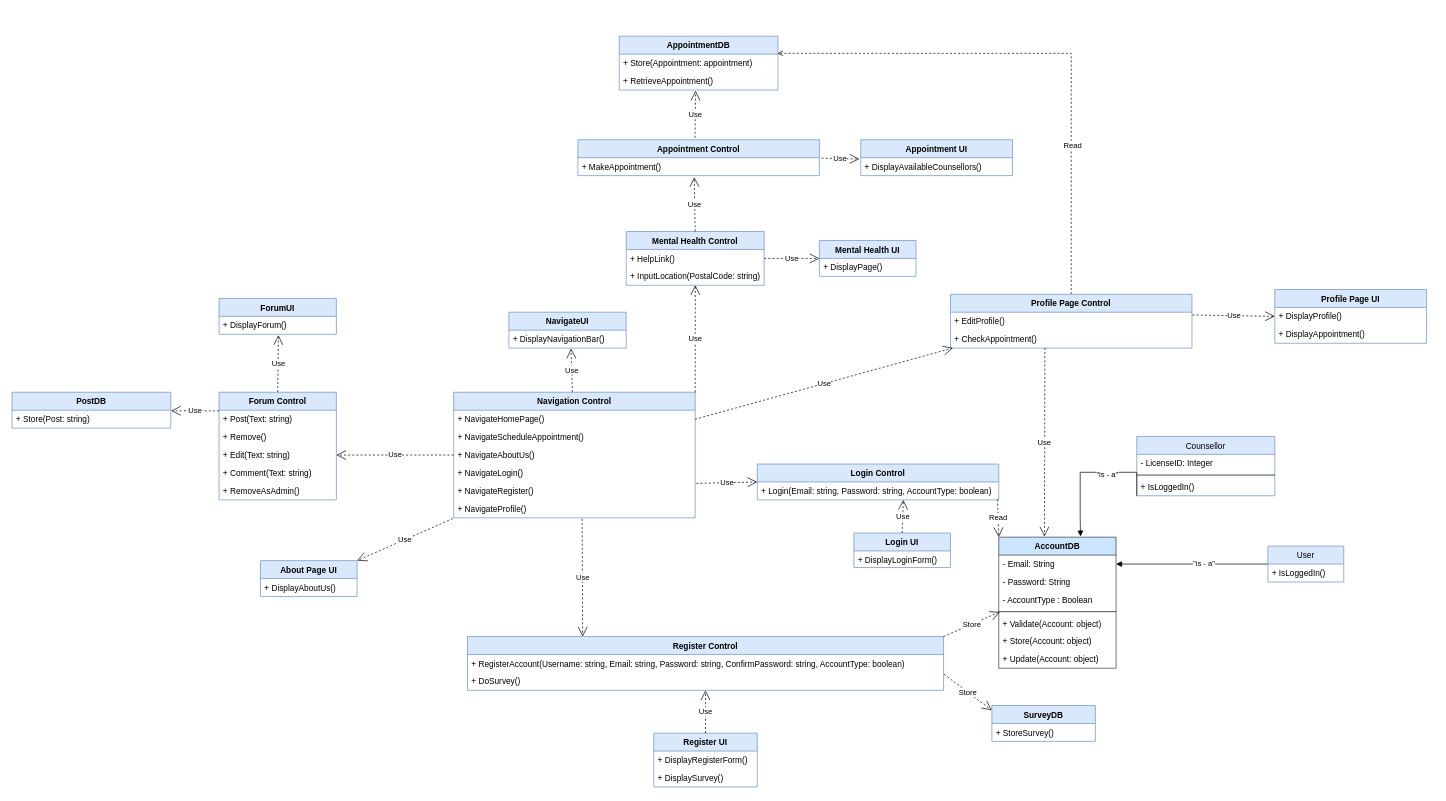
This is page "Complete Class Diagram" (9 of 11) of Untitled Diagram.drawio from EliezerOng/CZ2006-Web-Devz, a draw.io file, before an edit. Source tidied: cells renumbered, new cells numbered last; positions are measured from the earlier drawing's top-left corner, leaving out a move shared by most shapes. Both pictures are drawn from the tidied source at 69%, with x=0, y=0 at pixel (12, 36).
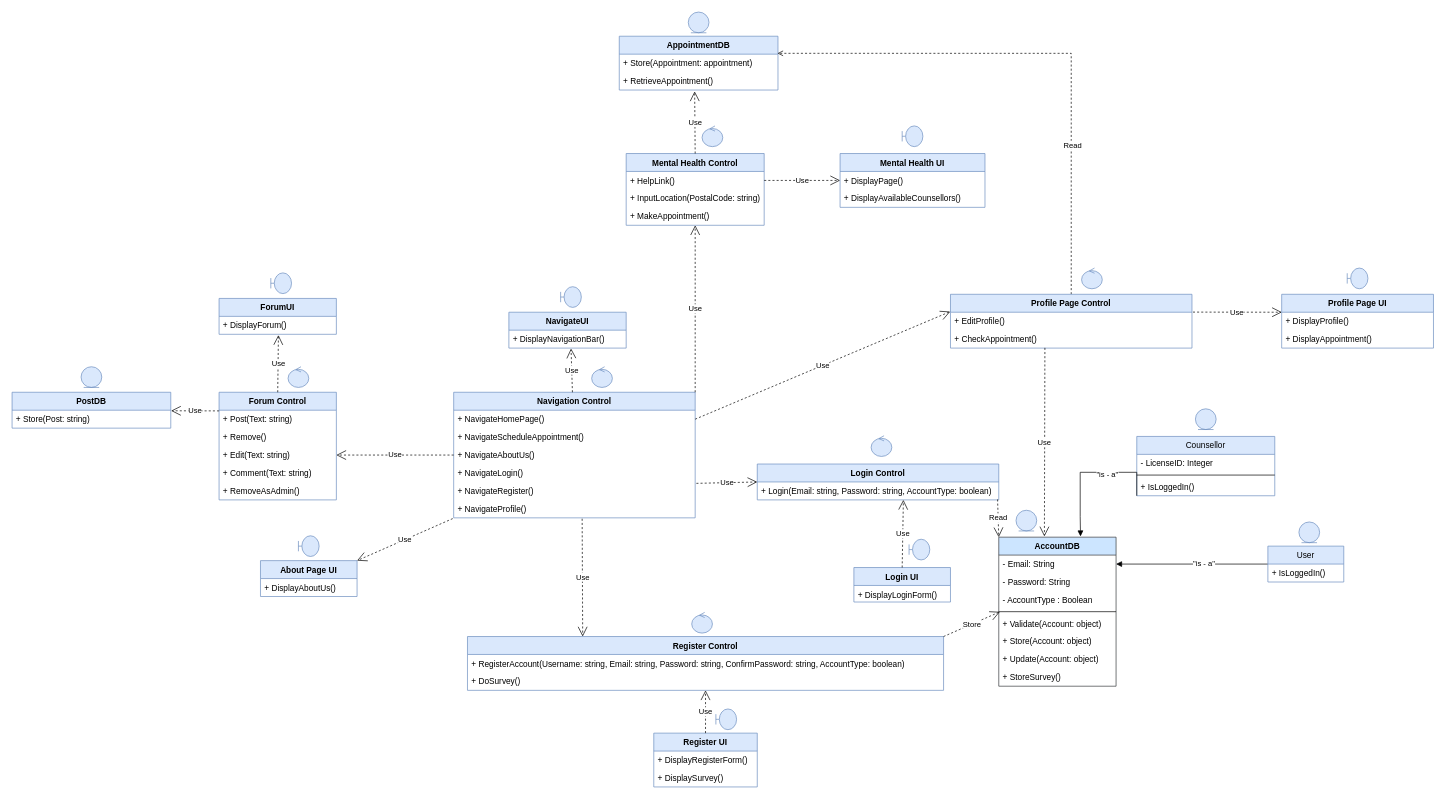
The same page after the edit.

The change refers to these unchanged cells:
```xml
<mxCell id="11" value="+ RegisterAccount(Username: string, Email: string, Password: string, ConfirmPassword: string, AccountType: boolean)&#10;" style="text;strokeColor=none;fillColor=none;align=left;verticalAlign=top;spacingLeft=4;spacingRight=4;overflow=hidden;points=[[0,0.5],[1,0.5]];portConstraint=eastwest;" parent="10" vertex="1">
  <mxGeometry y="26" width="690" height="26" as="geometry" />
</mxCell>
<mxCell id="14" style="group;" parent="1" vertex="1">
  <mxGeometry x="1430" y="726" width="170" height="120" as="geometry" />
</mxCell>
<mxCell id="36" value="Navigation Control" style="swimlane;fontStyle=1;horizontal=1;startSize=26;fillColor=#dae8fc;strokeColor=#6c8ebf;" parent="1" vertex="1">
  <mxGeometry x="640" y="516" width="350" height="182" as="geometry" />
</mxCell>
<mxCell id="37" value="+ NavigateHomePage()" style="text;strokeColor=none;fillColor=none;align=left;verticalAlign=top;spacingLeft=4;spacingRight=4;overflow=hidden;points=[[0,0.5],[1,0.5]];portConstraint=eastwest;" parent="36" vertex="1">
  <mxGeometry y="26" width="350" height="26" as="geometry" />
</mxCell>
<mxCell id="60" value="+ InputLocation(PostalCode: string)" style="text;strokeColor=none;fillColor=none;align=left;verticalAlign=top;spacingLeft=4;spacingRight=4;overflow=hidden;points=[[0,0.5],[1,0.5]];portConstraint=eastwest;" parent="58" vertex="1">
  <mxGeometry y="52" width="200" height="26" as="geometry" />
</mxCell>
<mxCell id="74" value="+ RetrieveAppointment()" style="text;strokeColor=none;fillColor=none;align=left;verticalAlign=top;spacingLeft=4;spacingRight=4;overflow=hidden;points=[[0,0.5],[1,0.5]];portConstraint=eastwest;" parent="72" vertex="1">
  <mxGeometry y="52" width="230" height="26" as="geometry" />
</mxCell>
<mxCell id="79" value="+ EditProfile()" style="text;strokeColor=none;fillColor=none;align=left;verticalAlign=top;spacingLeft=4;spacingRight=4;overflow=hidden;points=[[0,0.5],[1,0.5]];portConstraint=eastwest;" parent="78" vertex="1">
  <mxGeometry y="26" width="350" height="26" as="geometry" />
</mxCell>
<mxCell id="80" value="+ CheckAppointment()" style="text;strokeColor=none;fillColor=none;align=left;verticalAlign=top;spacingLeft=4;spacingRight=4;overflow=hidden;points=[[0,0.5],[1,0.5]];portConstraint=eastwest;" parent="78" vertex="1">
  <mxGeometry y="52" width="350" height="26" as="geometry" />
</mxCell>
<mxCell id="92" value="+ DisplayProfile()" style="text;strokeColor=none;fillColor=none;align=left;verticalAlign=top;spacingLeft=4;spacingRight=4;overflow=hidden;points=[[0,0.5],[1,0.5]];portConstraint=eastwest;" parent="91" vertex="1">
  <mxGeometry y="26" width="220" height="26" as="geometry" />
</mxCell>
```

Diff of the diagram source:
```diff
@@
     <mxCell id="2" value="Login UI" style="swimlane;fontStyle=1;align=center;verticalAlign=top;horizontal=1;startSize=26;fillColor=#dae8fc;strokeColor=#6c8ebf;" parent="1" vertex="1">
-      <mxGeometry x="1220" y="720" width="140" height="50" as="geometry" />
+      <mxGeometry x="1220" y="770" width="140" height="50" as="geometry" />
     </mxCell>
@@
     <mxCell id="15" value="AccountDB" style="swimlane;fontStyle=1;align=center;verticalAlign=top;horizontal=1;startSize=26;fillColor=#cce5ff;strokeColor=#36393d;" parent="14" vertex="1">
-      <mxGeometry width="170" height="190" as="geometry" />
+      <mxGeometry width="170" height="216" as="geometry" />
     </mxCell>
@@
+    <mxCell id="34" value="+ StoreSurvey()" style="text;strokeColor=none;fillColor=none;align=left;verticalAlign=top;spacingLeft=4;spacingRight=4;overflow=hidden;" parent="15" vertex="1">
+      <mxGeometry y="190" width="170" height="26" as="geometry" />
+    </mxCell>
@@
-    <mxCell id="33" value="SurveyDB" style="swimlane;fontStyle=1;align=center;verticalAlign=top;horizontal=1;startSize=26;fillColor=#dae8fc;strokeColor=#6c8ebf;" parent="1" vertex="1">
-      <mxGeometry x="1420" y="970" width="150" height="52" as="geometry" />
-    </mxCell>
-    <mxCell id="34" value="+ StoreSurvey()" style="text;strokeColor=none;fillColor=none;align=left;verticalAlign=top;spacingLeft=4;spacingRight=4;overflow=hidden;" parent="33" vertex="1">
-      <mxGeometry y="26" width="150" height="26" as="geometry" />
-    </mxCell>
-    <mxCell id="35" value="Store" style="endArrow=open;endSize=12;dashed=1;html=1;rounded=0;exitX=1.001;exitY=1.102;exitDx=0;exitDy=0;entryX=-0.001;entryY=0.131;entryDx=0;entryDy=0;entryPerimeter=0;exitPerimeter=0;" parent="1" edge="1" source="11" target="33">
-      <mxGeometry relative="1" as="geometry" />
-    </mxCell>
@@
     <mxCell id="58" value="Mental Health Control" style="swimlane;fontStyle=1;horizontal=1;startSize=26;fillColor=#dae8fc;strokeColor=#6c8ebf;" parent="1" vertex="1">
-      <mxGeometry x="890" y="283" width="200" height="78" as="geometry" />
+      <mxGeometry x="890" y="170" width="200" height="104" as="geometry" />
     </mxCell>
@@
+    <mxCell id="63" value="+ MakeAppointment()" style="text;strokeColor=none;fillColor=none;align=left;verticalAlign=top;spacingLeft=4;spacingRight=4;overflow=hidden;points=[[0,0.5],[1,0.5]];portConstraint=eastwest;" parent="58" vertex="1">
+      <mxGeometry y="78" width="200" height="26" as="geometry" />
+    </mxCell>
-    <mxCell id="61" value="Use" style="endArrow=open;endSize=12;dashed=1;html=1;rounded=0;exitX=1;exitY=0;exitDx=0;exitDy=0;entryX=0.501;entryY=0.996;entryDx=0;entryDy=0;entryPerimeter=0;" parent="1" edge="1" source="36" target="60">
+    <mxCell id="61" value="Use" style="endArrow=open;endSize=12;dashed=1;html=1;rounded=0;exitX=1;exitY=0;exitDx=0;exitDy=0;" parent="1" edge="1" source="36" target="63">
       <mxGeometry relative="1" as="geometry" />
     </mxCell>
-    <mxCell id="62" value="Appointment Control" style="swimlane;fontStyle=1;horizontal=1;startSize=26;fillColor=#dae8fc;strokeColor=#6c8ebf;" parent="1" vertex="1">
-      <mxGeometry x="820" y="150" width="350" height="52" as="geometry" />
-    </mxCell>
-    <mxCell id="63" value="+ MakeAppointment()" style="text;strokeColor=none;fillColor=none;align=left;verticalAlign=top;spacingLeft=4;spacingRight=4;overflow=hidden;points=[[0,0.5],[1,0.5]];portConstraint=eastwest;" parent="62" vertex="1">
-      <mxGeometry y="26" width="350" height="26" as="geometry" />
-    </mxCell>
-    <mxCell id="64" value="Use" style="endArrow=open;endSize=12;dashed=1;html=1;rounded=0;entryX=0.482;entryY=1.082;entryDx=0;entryDy=0;entryPerimeter=0;exitX=0.5;exitY=0;exitDx=0;exitDy=0;" parent="1" edge="1" source="58" target="63">
+    <mxCell id="64" value="Use" style="endArrow=open;endSize=12;dashed=1;html=1;rounded=0;entryX=0.475;entryY=1.075;entryDx=0;entryDy=0;entryPerimeter=0;exitX=0.5;exitY=0;exitDx=0;exitDy=0;" parent="1" edge="1" source="58" target="74">
       <mxGeometry relative="1" as="geometry" />
     </mxCell>
     <mxCell id="65" value="Mental Health UI" style="swimlane;fontStyle=1;horizontal=1;startSize=26;fillColor=#dae8fc;strokeColor=#6c8ebf;" parent="1" vertex="1">
-      <mxGeometry x="1170" y="296" width="140" height="52" as="geometry" />
+      <mxGeometry x="1200" y="170" width="210" height="78" as="geometry" />
     </mxCell>
     <mxCell id="66" value="+ DisplayPage()" style="text;strokeColor=none;fillColor=none;align=left;verticalAlign=top;spacingLeft=4;spacingRight=4;overflow=hidden;" parent="65" vertex="1">
-      <mxGeometry y="26" width="140" height="26" as="geometry" />
+      <mxGeometry y="26" width="210" height="26" as="geometry" />
     </mxCell>
+    <mxCell id="69" value="+ DisplayAvailableCounsellors()" style="text;strokeColor=none;fillColor=none;align=left;verticalAlign=top;spacingLeft=4;spacingRight=4;overflow=hidden;points=[[0,0.5],[1,0.5]];portConstraint=eastwest;" parent="65" vertex="1">
+      <mxGeometry y="52" width="210" height="26" as="geometry" />
+    </mxCell>
@@
-    <mxCell id="68" value="Appointment UI" style="swimlane;fontStyle=1;horizontal=1;startSize=26;fillColor=#dae8fc;strokeColor=#6c8ebf;" parent="1" vertex="1">
-      <mxGeometry x="1230" y="150" width="220" height="52" as="geometry" />
-    </mxCell>
-    <mxCell id="69" value="+ DisplayAvailableCounsellors()" style="text;strokeColor=none;fillColor=none;align=left;verticalAlign=top;spacingLeft=4;spacingRight=4;overflow=hidden;points=[[0,0.5],[1,0.5]];portConstraint=eastwest;" parent="68" vertex="1">
-      <mxGeometry y="26" width="220" height="26" as="geometry" />
-    </mxCell>
-    <mxCell id="70" value="Use" style="endArrow=open;endSize=12;dashed=1;html=1;rounded=0;exitX=1.009;exitY=0.026;exitDx=0;exitDy=0;entryX=-0.009;entryY=0.077;entryDx=0;entryDy=0;entryPerimeter=0;exitPerimeter=0;" parent="1" edge="1" source="63" target="69">
-      <mxGeometry relative="1" as="geometry" />
-    </mxCell>
@@
-    <mxCell id="75" value="Use" style="endArrow=open;endSize=12;dashed=1;html=1;rounded=0;exitX=0.485;exitY=-0.053;exitDx=0;exitDy=0;entryX=0.481;entryY=1.039;entryDx=0;entryDy=0;entryPerimeter=0;exitPerimeter=0;" parent="1" edge="1" source="62" target="74">
-      <mxGeometry relative="1" as="geometry" />
-    </mxCell>
@@
-    <mxCell id="81" value="Use" style="endArrow=open;endSize=12;dashed=1;html=1;rounded=0;exitX=1;exitY=0.5;exitDx=0;exitDy=0;entryX=0.01;entryY=0.993;entryDx=0;entryDy=0;entryPerimeter=0;" parent="1" edge="1" source="37" target="80">
+    <mxCell id="81" value="Use" style="endArrow=open;endSize=12;dashed=1;html=1;rounded=0;exitX=1;exitY=0.5;exitDx=0;exitDy=0;entryX=-0.001;entryY=-0.034;entryDx=0;entryDy=0;entryPerimeter=0;" parent="1" edge="1" source="37" target="79">
       <mxGeometry relative="1" as="geometry" />
     </mxCell>
@@
     <mxCell id="91" value="Profile Page UI" style="swimlane;fontStyle=1;horizontal=1;startSize=26;fillColor=#dae8fc;strokeColor=#6c8ebf;" parent="1" vertex="1">
-      <mxGeometry x="1830" y="367" width="220" height="78" as="geometry" />
+      <mxGeometry x="1840" y="374" width="220" height="78" as="geometry" />
     </mxCell>
@@
-    <mxCell id="94" value="Use" style="endArrow=open;endSize=12;dashed=1;html=1;rounded=0;exitX=1.002;exitY=0.154;exitDx=0;exitDy=0;entryX=0;entryY=0.5;entryDx=0;entryDy=0;exitPerimeter=0;" parent="1" edge="1" source="79" target="91">
+    <mxCell id="94" value="Use" style="endArrow=open;endSize=12;dashed=1;html=1;rounded=0;exitX=1.004;exitY=-0.007;exitDx=0;exitDy=0;entryX=0.001;entryY=0;entryDx=0;entryDy=0;exitPerimeter=0;entryPerimeter=0;" parent="1" edge="1" source="79" target="92">
       <mxGeometry relative="1" as="geometry" />
     </mxCell>
+    <mxCell id="95" style="shape=umlBoundary;whiteSpace=wrap;html=1;fillColor=#dae8fc;strokeColor=#6c8ebf;" parent="1" vertex="1">
+      <mxGeometry x="415" y="724" width="30" height="30" as="geometry" />
+    </mxCell>
+    <mxCell id="96" style="ellipse;shape=umlControl;whiteSpace=wrap;html=1;fillColor=#dae8fc;strokeColor=#6c8ebf;" parent="1" vertex="1">
+      <mxGeometry x="400" y="479" width="30" height="30" as="geometry" />
+    </mxCell>
+    <mxCell id="97" style="ellipse;shape=umlEntity;whiteSpace=wrap;html=1;fillColor=#dae8fc;strokeColor=#6c8ebf;" parent="1" vertex="1">
+      <mxGeometry x="100" y="479" width="30" height="30" as="geometry" />
+    </mxCell>
+    <mxCell id="98" style="shape=umlBoundary;whiteSpace=wrap;html=1;fillColor=#dae8fc;strokeColor=#6c8ebf;" parent="1" vertex="1">
+      <mxGeometry x="375" y="343" width="30" height="30" as="geometry" />
+    </mxCell>
+    <mxCell id="99" style="ellipse;shape=umlControl;whiteSpace=wrap;html=1;fillColor=#dae8fc;strokeColor=#6c8ebf;" parent="1" vertex="1">
+      <mxGeometry x="985" y="835" width="30" height="30" as="geometry" />
+    </mxCell>
+    <mxCell id="100" style="ellipse;shape=umlControl;whiteSpace=wrap;html=1;fillColor=#dae8fc;strokeColor=#6c8ebf;" parent="1" vertex="1">
+      <mxGeometry x="840" y="479" width="30" height="30" as="geometry" />
+    </mxCell>
+    <mxCell id="101" style="ellipse;shape=umlControl;whiteSpace=wrap;html=1;fillColor=#dae8fc;strokeColor=#6c8ebf;" parent="1" vertex="1">
+      <mxGeometry x="1000" y="130" width="30" height="30" as="geometry" />
+    </mxCell>
+    <mxCell id="102" style="ellipse;shape=umlControl;whiteSpace=wrap;html=1;fillColor=#dae8fc;strokeColor=#6c8ebf;" parent="1" vertex="1">
+      <mxGeometry x="1550" y="336" width="30" height="30" as="geometry" />
+    </mxCell>
+    <mxCell id="103" style="ellipse;shape=umlControl;whiteSpace=wrap;html=1;fillColor=#dae8fc;strokeColor=#6c8ebf;" parent="1" vertex="1">
+      <mxGeometry x="1245" y="579" width="30" height="30" as="geometry" />
+    </mxCell>
+    <mxCell id="104" style="shape=umlBoundary;whiteSpace=wrap;html=1;fillColor=#dae8fc;strokeColor=#6c8ebf;" parent="1" vertex="1">
+      <mxGeometry x="1020" y="975" width="30" height="30" as="geometry" />
+    </mxCell>
+    <mxCell id="105" style="shape=umlBoundary;whiteSpace=wrap;html=1;fillColor=#dae8fc;strokeColor=#6c8ebf;" parent="1" vertex="1">
+      <mxGeometry x="1290" y="130" width="30" height="30" as="geometry" />
+    </mxCell>
+    <mxCell id="106" style="shape=umlBoundary;whiteSpace=wrap;html=1;fillColor=#dae8fc;strokeColor=#6c8ebf;" parent="1" vertex="1">
+      <mxGeometry x="1300" y="729" width="30" height="30" as="geometry" />
+    </mxCell>
+    <mxCell id="107" style="shape=umlBoundary;whiteSpace=wrap;html=1;fillColor=#dae8fc;strokeColor=#6c8ebf;" parent="1" vertex="1">
+      <mxGeometry x="1935" y="336" width="30" height="30" as="geometry" />
+    </mxCell>
+    <mxCell id="108" style="ellipse;shape=umlEntity;whiteSpace=wrap;html=1;fillColor=#dae8fc;strokeColor=#6c8ebf;" parent="1" vertex="1">
+      <mxGeometry x="980" y="-35" width="30" height="30" as="geometry" />
+    </mxCell>
+    <mxCell id="109" style="shape=umlBoundary;whiteSpace=wrap;html=1;fillColor=#dae8fc;strokeColor=#6c8ebf;" parent="1" vertex="1">
+      <mxGeometry x="795" y="363" width="30" height="30" as="geometry" />
+    </mxCell>
+    <mxCell id="110" style="ellipse;shape=umlEntity;whiteSpace=wrap;html=1;fillColor=#dae8fc;strokeColor=#6c8ebf;" parent="1" vertex="1">
+      <mxGeometry x="1455" y="687" width="30" height="30" as="geometry" />
+    </mxCell>
+    <mxCell id="111" style="ellipse;shape=umlEntity;whiteSpace=wrap;html=1;fillColor=#dae8fc;strokeColor=#6c8ebf;" parent="1" vertex="1">
+      <mxGeometry x="1865" y="704" width="30" height="30" as="geometry" />
+    </mxCell>
+    <mxCell id="112" style="ellipse;shape=umlEntity;whiteSpace=wrap;html=1;fillColor=#dae8fc;strokeColor=#6c8ebf;" parent="1" vertex="1">
+      <mxGeometry x="1715" y="540" width="30" height="30" as="geometry" />
+    </mxCell>
```
